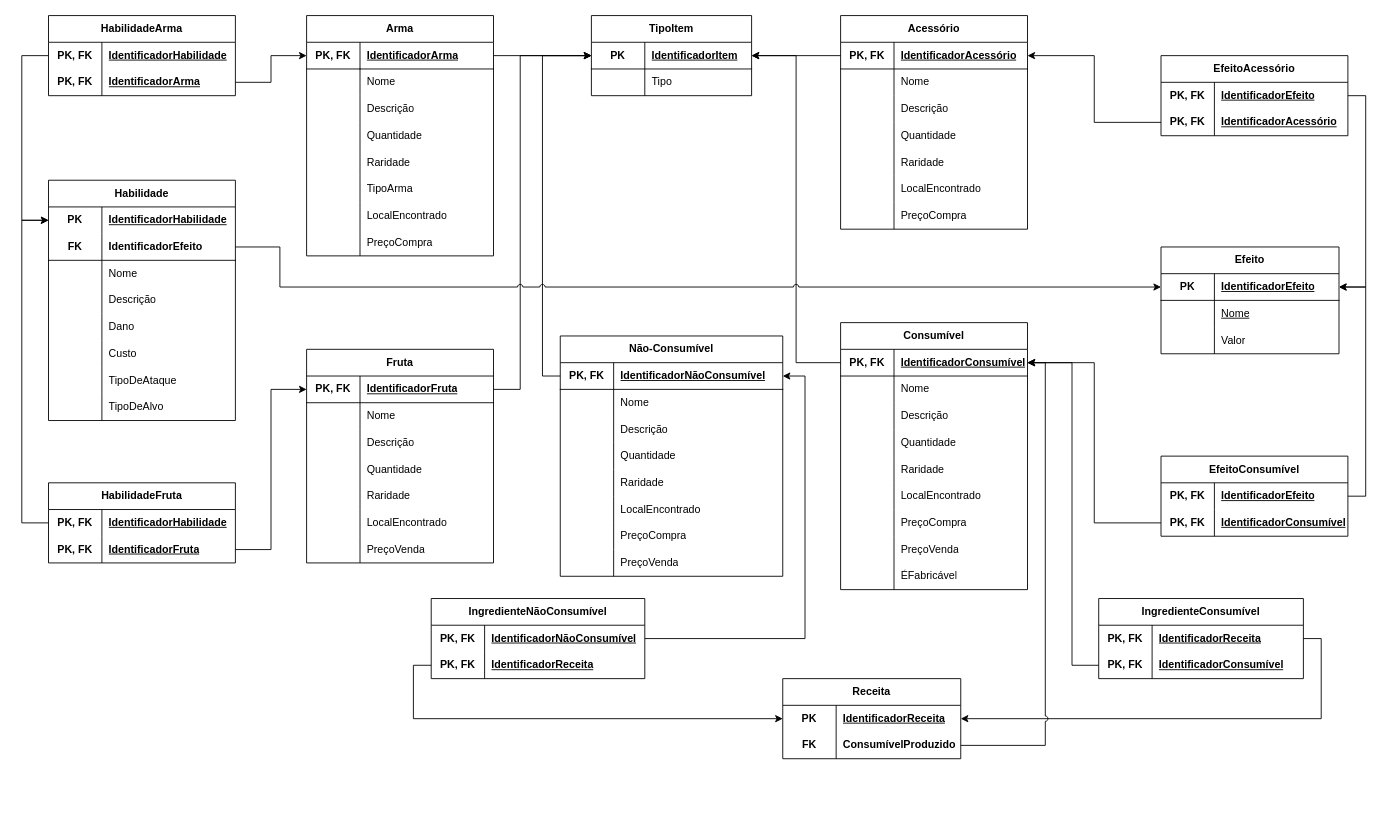
Above: docs/assets/drawio/modelo-relacional-item.drawio in SBD1/2025.1-Marventura (draw.io), before the change. Source tidied: cells renumbered, new cells numbered last; positions are measured from the earlier drawing's top-left corner, leaving out a move shared by most shapes. Both pictures are drawn from the tidied source at 89%, with x=0, y=0 at pixel (21, 6).
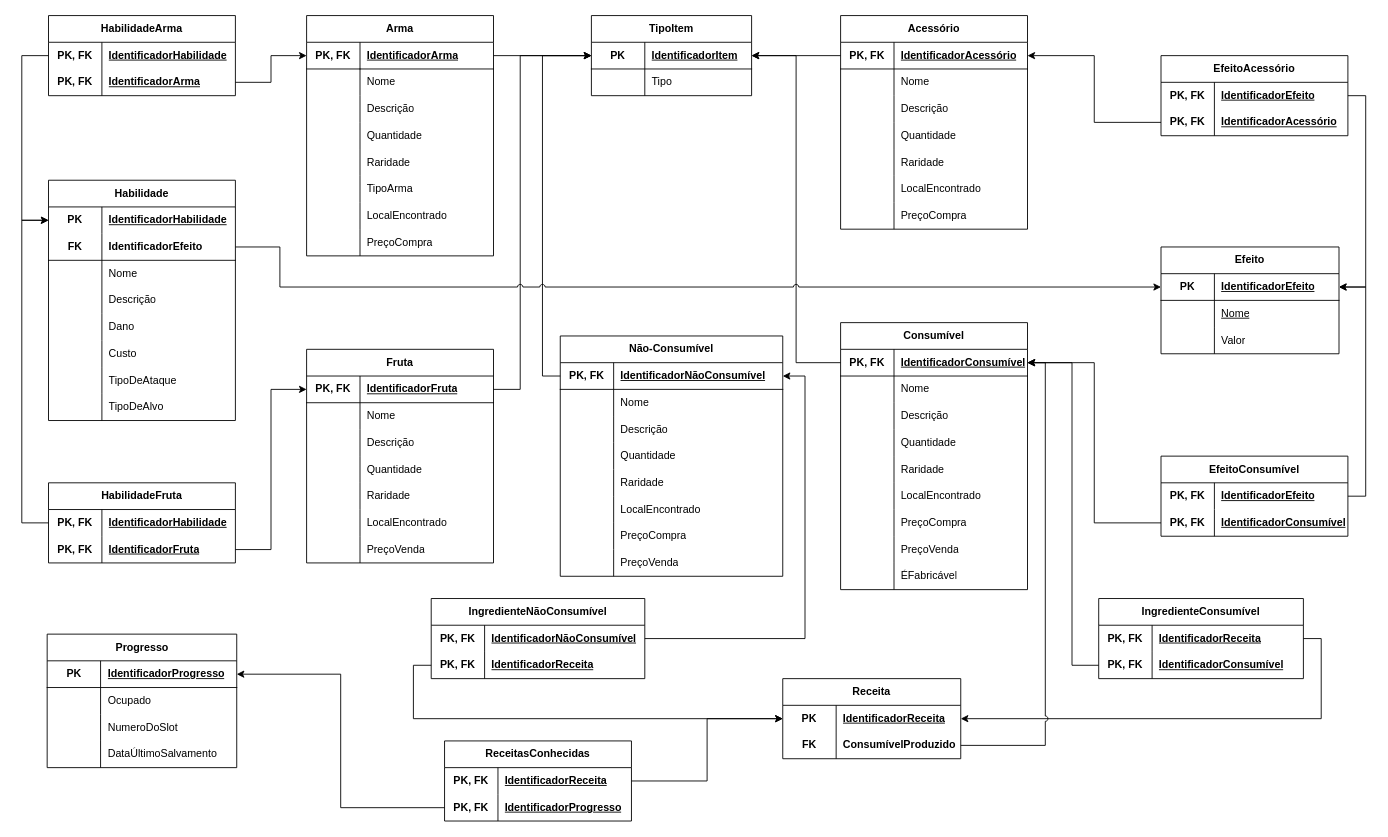
Above is the later version.

The change refers to these unchanged cells:
```xml
<mxCell id="3" style="shape=tableRow;horizontal=0;startSize=0;swimlaneHead=0;swimlaneBody=0;fillColor=none;points=[[0,0.5],[1,0.5]];portConstraint=eastwest;top=0;left=0;right=0;bottom=0;html=1;" parent="2" vertex="1">
  <mxGeometry y="30" width="200" height="30" as="geometry" />
</mxCell>
```

What changed in the source:
```diff
@@
+    <mxCell id="241" value="ReceitasConhecidas" style="shape=table;startSize=30;childLayout=tableLayout;rowLines=0;fontStyle=1;align=center;html=1;whiteSpace=wrap;" parent="1" vertex="1">
+      <mxGeometry x="475" y="825" width="210" height="90" as="geometry" />
+    </mxCell>
+    <mxCell id="242" style="shape=tableRow;horizontal=0;startSize=0;swimlaneHead=0;swimlaneBody=0;fillColor=none;points=[[0,0.5],[1,0.5]];portConstraint=eastwest;top=0;left=0;right=0;bottom=0;html=1;" parent="241" vertex="1">
+      <mxGeometry y="30" width="210" height="30" as="geometry" />
+    </mxCell>
+    <mxCell id="243" value="PK, FK" style="shape=partialRectangle;fillColor=none;top=0;left=0;bottom=0;right=0;fontStyle=1;overflow=hidden;html=1;whiteSpace=wrap;" parent="242" vertex="1">
+      <mxGeometry width="60" height="30" as="geometry" />
+    </mxCell>
+    <mxCell id="244" value="IdentificadorReceita" style="shape=partialRectangle;fillColor=none;top=0;left=0;bottom=0;right=0;align=left;spacingLeft=6;fontStyle=5;overflow=hidden;html=1;whiteSpace=wrap;" parent="242" vertex="1">
+      <mxGeometry x="60" width="150" height="30" as="geometry" />
+    </mxCell>
+    <mxCell id="245" style="shape=tableRow;horizontal=0;startSize=0;swimlaneHead=0;swimlaneBody=0;fillColor=none;points=[[0,0.5],[1,0.5]];portConstraint=eastwest;top=0;left=0;right=0;bottom=0;html=1;" parent="241" vertex="1">
+      <mxGeometry y="60" width="210" height="30" as="geometry" />
+    </mxCell>
+    <mxCell id="246" value="PK, FK" style="shape=partialRectangle;fillColor=none;top=0;left=0;bottom=0;right=0;fontStyle=1;overflow=hidden;html=1;whiteSpace=wrap;" parent="245" vertex="1">
+      <mxGeometry width="60" height="30" as="geometry" />
+    </mxCell>
+    <mxCell id="247" value="IdentificadorProgresso" style="shape=partialRectangle;fillColor=none;top=0;left=0;bottom=0;right=0;align=left;spacingLeft=6;fontStyle=5;overflow=hidden;html=1;whiteSpace=wrap;" parent="245" vertex="1">
+      <mxGeometry x="60" width="150" height="30" as="geometry" />
+    </mxCell>
+    <mxCell id="248" style="edgeStyle=orthogonalEdgeStyle;rounded=0;jettySize=auto;html=1;exitX=1;exitY=0.5;exitDx=0;exitDy=0;entryX=0;entryY=0.5;entryDx=0;entryDy=0;" parent="1" edge="1" source="242" target="3">
+      <mxGeometry relative="1" as="geometry" />
+    </mxCell>
+    <mxCell id="249" value="Progresso" style="shape=table;startSize=30;childLayout=tableLayout;rowLines=0;fontStyle=1;align=center;html=1;whiteSpace=wrap;" parent="1" vertex="1">
+      <mxGeometry x="28.5" y="705" width="213" height="150" as="geometry" />
+    </mxCell>
+    <mxCell id="250" style="shape=tableRow;horizontal=0;startSize=0;swimlaneHead=0;swimlaneBody=0;fillColor=none;points=[[0,0.5],[1,0.5]];portConstraint=eastwest;top=0;left=0;right=0;bottom=1;html=1;" parent="249" vertex="1">
+      <mxGeometry y="30" width="213" height="30" as="geometry" />
+    </mxCell>
+    <mxCell id="251" value="PK" style="shape=partialRectangle;fillColor=none;top=0;left=0;bottom=0;right=0;fontStyle=1;overflow=hidden;html=1;whiteSpace=wrap;" parent="250" vertex="1">
+      <mxGeometry width="60" height="30" as="geometry" />
+    </mxCell>
+    <mxCell id="252" value="IdentificadorProgresso" style="shape=partialRectangle;fillColor=none;top=0;left=0;bottom=0;right=0;align=left;spacingLeft=6;fontStyle=5;overflow=hidden;html=1;whiteSpace=wrap;" parent="250" vertex="1">
+      <mxGeometry x="60" width="153" height="30" as="geometry" />
+    </mxCell>
+    <mxCell id="253" style="shape=tableRow;horizontal=0;startSize=0;swimlaneHead=0;swimlaneBody=0;fillColor=none;top=0;left=0;right=0;bottom=0;html=1;" parent="249" vertex="1">
+      <mxGeometry y="60" width="213" height="30" as="geometry" />
+    </mxCell>
+    <mxCell id="254" style="shape=partialRectangle;fillColor=none;top=0;left=0;bottom=0;right=0;overflow=hidden;html=1;whiteSpace=wrap;" parent="253" vertex="1">
+      <mxGeometry width="60" height="30" as="geometry" />
+    </mxCell>
+    <mxCell id="255" value="&lt;span style=&quot;text-align: right;&quot;&gt;Ocupado&lt;/span&gt;" style="shape=partialRectangle;fillColor=none;top=0;left=0;bottom=0;right=0;align=left;spacingLeft=6;overflow=hidden;html=1;whiteSpace=wrap;" parent="253" vertex="1">
+      <mxGeometry x="60" width="153" height="30" as="geometry" />
+    </mxCell>
+    <mxCell id="256" style="shape=tableRow;horizontal=0;startSize=0;swimlaneHead=0;swimlaneBody=0;fillColor=none;top=0;left=0;right=0;bottom=0;html=1;" parent="249" vertex="1">
+      <mxGeometry y="90" width="213" height="30" as="geometry" />
+    </mxCell>
+    <mxCell id="257" style="shape=partialRectangle;fillColor=none;top=0;left=0;bottom=0;right=0;overflow=hidden;html=1;whiteSpace=wrap;" parent="256" vertex="1">
+      <mxGeometry width="60" height="30" as="geometry" />
+    </mxCell>
+    <mxCell id="258" value="&lt;span style=&quot;text-align: right;&quot;&gt;NumeroDoSlot&lt;/span&gt;" style="shape=partialRectangle;fillColor=none;top=0;left=0;bottom=0;right=0;align=left;spacingLeft=6;overflow=hidden;html=1;whiteSpace=wrap;" parent="256" vertex="1">
+      <mxGeometry x="60" width="153" height="30" as="geometry" />
+    </mxCell>
+    <mxCell id="259" style="shape=tableRow;horizontal=0;startSize=0;swimlaneHead=0;swimlaneBody=0;fillColor=none;top=0;left=0;right=0;bottom=0;html=1;" parent="249" vertex="1">
+      <mxGeometry y="120" width="213" height="30" as="geometry" />
+    </mxCell>
+    <mxCell id="260" style="shape=partialRectangle;fillColor=none;top=0;left=0;bottom=0;right=0;overflow=hidden;html=1;whiteSpace=wrap;" parent="259" vertex="1">
+      <mxGeometry width="60" height="30" as="geometry" />
+    </mxCell>
+    <mxCell id="261" value="&lt;span style=&quot;text-align: right;&quot;&gt;DataÚltimoSalvamento&lt;/span&gt;" style="shape=partialRectangle;fillColor=none;top=0;left=0;bottom=0;right=0;align=left;spacingLeft=6;overflow=hidden;html=1;whiteSpace=wrap;" parent="259" vertex="1">
+      <mxGeometry x="60" width="153" height="30" as="geometry" />
+    </mxCell>
+    <mxCell id="262" style="edgeStyle=orthogonalEdgeStyle;rounded=0;jettySize=auto;html=1;entryX=1;entryY=0.5;entryDx=0;entryDy=0;" parent="1" edge="1" source="245" target="250">
+      <mxGeometry relative="1" as="geometry" />
+    </mxCell>
```
